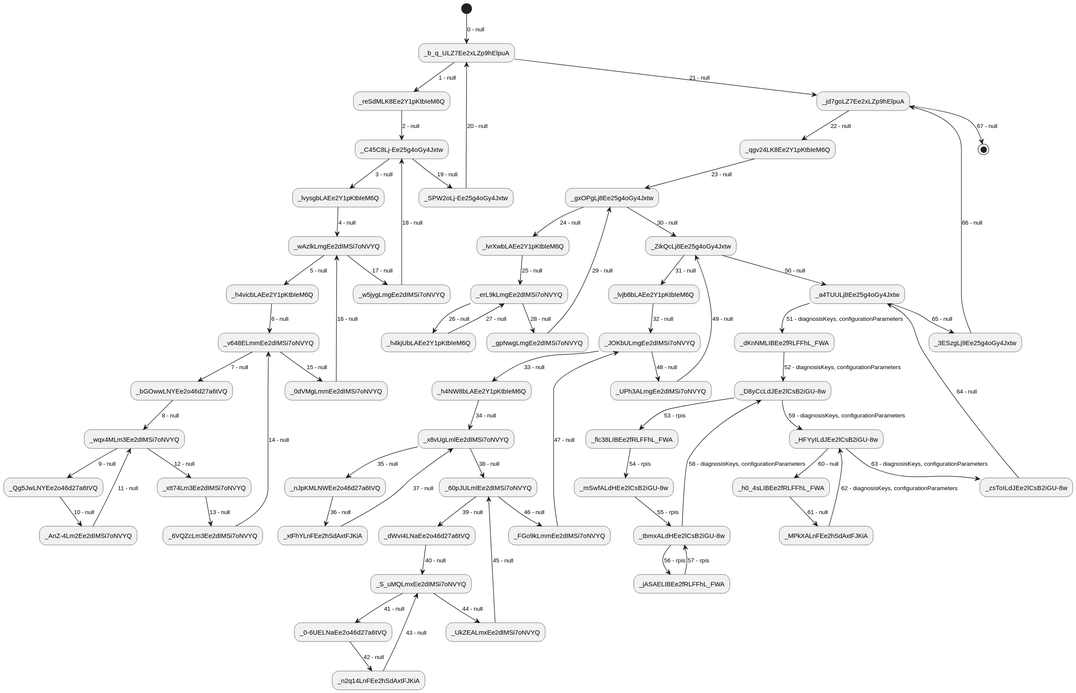
The PlantUML diagram output/action-sequence_6.svg in abunai-dev/DiagramGenerator, before a commit.
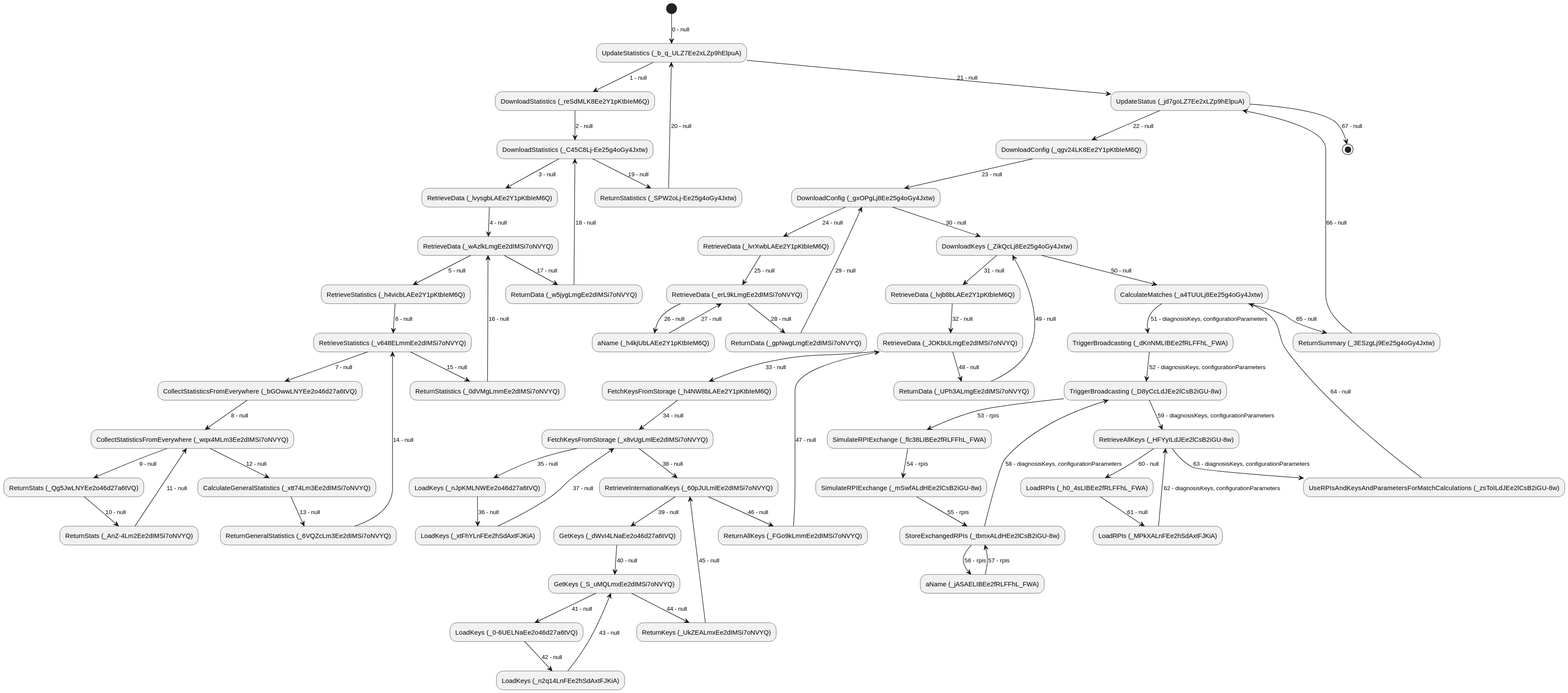
After the commit.

Diff of the diagram source:
```diff
@@ -1,70 +1,70 @@
 @startuml
-(*) --> [0 - null] "_b_q_ULZ7Ee2xLZp9hElpuA"
-"_b_q_ULZ7Ee2xLZp9hElpuA" --> [1 - null] "_reSdMLK8Ee2Y1pKtbIeM6Q"
-"_reSdMLK8Ee2Y1pKtbIeM6Q" --> [2 - null] "_C45C8Lj-Ee25g4oGy4Jxtw"
-"_C45C8Lj-Ee25g4oGy4Jxtw" --> [3 - null] "_lvysgbLAEe2Y1pKtbIeM6Q"
-"_lvysgbLAEe2Y1pKtbIeM6Q" --> [4 - null] "_wAzlkLmgEe2dIMSi7oNVYQ"
-"_wAzlkLmgEe2dIMSi7oNVYQ" --> [5 - null] "_h4vicbLAEe2Y1pKtbIeM6Q"
-"_h4vicbLAEe2Y1pKtbIeM6Q" --> [6 - null] "_v648ELmmEe2dIMSi7oNVYQ"
-"_v648ELmmEe2dIMSi7oNVYQ" --> [7 - null] "_bGOwwLNYEe2o46d27a6tVQ"
-"_bGOwwLNYEe2o46d27a6tVQ" --> [8 - null] "_wqx4MLm3Ee2dIMSi7oNVYQ"
-"_wqx4MLm3Ee2dIMSi7oNVYQ" --> [9 - null] "_Qg5JwLNYEe2o46d27a6tVQ"
-"_Qg5JwLNYEe2o46d27a6tVQ" --> [10 - null] "_AnZ-4Lm2Ee2dIMSi7oNVYQ"
-"_AnZ-4Lm2Ee2dIMSi7oNVYQ" --> [11 - null] "_wqx4MLm3Ee2dIMSi7oNVYQ"
-"_wqx4MLm3Ee2dIMSi7oNVYQ" --> [12 - null] "_xtt74Lm3Ee2dIMSi7oNVYQ"
-"_xtt74Lm3Ee2dIMSi7oNVYQ" --> [13 - null] "_6VQZcLm3Ee2dIMSi7oNVYQ"
-"_6VQZcLm3Ee2dIMSi7oNVYQ" --> [14 - null] "_v648ELmmEe2dIMSi7oNVYQ"
-"_v648ELmmEe2dIMSi7oNVYQ" --> [15 - null] "_0dVMgLmmEe2dIMSi7oNVYQ"
-"_0dVMgLmmEe2dIMSi7oNVYQ" --> [16 - null] "_wAzlkLmgEe2dIMSi7oNVYQ"
-"_wAzlkLmgEe2dIMSi7oNVYQ" --> [17 - null] "_w5jygLmgEe2dIMSi7oNVYQ"
-"_w5jygLmgEe2dIMSi7oNVYQ" --> [18 - null] "_C45C8Lj-Ee25g4oGy4Jxtw"
-"_C45C8Lj-Ee25g4oGy4Jxtw" --> [19 - null] "_SPW2oLj-Ee25g4oGy4Jxtw"
-"_SPW2oLj-Ee25g4oGy4Jxtw" --> [20 - null] "_b_q_ULZ7Ee2xLZp9hElpuA"
-"_b_q_ULZ7Ee2xLZp9hElpuA" --> [21 - null] "_jd7goLZ7Ee2xLZp9hElpuA"
-"_jd7goLZ7Ee2xLZp9hElpuA" --> [22 - null] "_qgv24LK8Ee2Y1pKtbIeM6Q"
-"_qgv24LK8Ee2Y1pKtbIeM6Q" --> [23 - null] "_gxOPgLj8Ee25g4oGy4Jxtw"
-"_gxOPgLj8Ee25g4oGy4Jxtw" --> [24 - null] "_lvrXwbLAEe2Y1pKtbIeM6Q"
-"_lvrXwbLAEe2Y1pKtbIeM6Q" --> [25 - null] "_erL9kLmgEe2dIMSi7oNVYQ"
-"_erL9kLmgEe2dIMSi7oNVYQ" --> [26 - null] "_h4kjUbLAEe2Y1pKtbIeM6Q"
-"_h4kjUbLAEe2Y1pKtbIeM6Q" --> [27 - null] "_erL9kLmgEe2dIMSi7oNVYQ"
-"_erL9kLmgEe2dIMSi7oNVYQ" --> [28 - null] "_gpNwgLmgEe2dIMSi7oNVYQ"
-"_gpNwgLmgEe2dIMSi7oNVYQ" --> [29 - null] "_gxOPgLj8Ee25g4oGy4Jxtw"
-"_gxOPgLj8Ee25g4oGy4Jxtw" --> [30 - null] "_ZikQcLj8Ee25g4oGy4Jxtw"
-"_ZikQcLj8Ee25g4oGy4Jxtw" --> [31 - null] "_lvjb8bLAEe2Y1pKtbIeM6Q"
-"_lvjb8bLAEe2Y1pKtbIeM6Q" --> [32 - null] "_JOKbULmgEe2dIMSi7oNVYQ"
-"_JOKbULmgEe2dIMSi7oNVYQ" --> [33 - null] "_h4NW8bLAEe2Y1pKtbIeM6Q"
-"_h4NW8bLAEe2Y1pKtbIeM6Q" --> [34 - null] "_x8vUgLmlEe2dIMSi7oNVYQ"
-"_x8vUgLmlEe2dIMSi7oNVYQ" --> [35 - null] "_nJpKMLNWEe2o46d27a6tVQ"
-"_nJpKMLNWEe2o46d27a6tVQ" --> [36 - null] "_xtFhYLnFEe2hSdAxtFJKiA"
-"_xtFhYLnFEe2hSdAxtFJKiA" --> [37 - null] "_x8vUgLmlEe2dIMSi7oNVYQ"
-"_x8vUgLmlEe2dIMSi7oNVYQ" --> [38 - null] "_60pJULmlEe2dIMSi7oNVYQ"
-"_60pJULmlEe2dIMSi7oNVYQ" --> [39 - null] "_dWvI4LNaEe2o46d27a6tVQ"
-"_dWvI4LNaEe2o46d27a6tVQ" --> [40 - null] "_S_uMQLmxEe2dIMSi7oNVYQ"
-"_S_uMQLmxEe2dIMSi7oNVYQ" --> [41 - null] "_0-6UELNaEe2o46d27a6tVQ"
-"_0-6UELNaEe2o46d27a6tVQ" --> [42 - null] "_n2q14LnFEe2hSdAxtFJKiA"
-"_n2q14LnFEe2hSdAxtFJKiA" --> [43 - null] "_S_uMQLmxEe2dIMSi7oNVYQ"
-"_S_uMQLmxEe2dIMSi7oNVYQ" --> [44 - null] "_UkZEALmxEe2dIMSi7oNVYQ"
-"_UkZEALmxEe2dIMSi7oNVYQ" --> [45 - null] "_60pJULmlEe2dIMSi7oNVYQ"
-"_60pJULmlEe2dIMSi7oNVYQ" --> [46 - null] "_FGo9kLmmEe2dIMSi7oNVYQ"
-"_FGo9kLmmEe2dIMSi7oNVYQ" --> [47 - null] "_JOKbULmgEe2dIMSi7oNVYQ"
-"_JOKbULmgEe2dIMSi7oNVYQ" --> [48 - null] "_UPh3ALmgEe2dIMSi7oNVYQ"
-"_UPh3ALmgEe2dIMSi7oNVYQ" --> [49 - null] "_ZikQcLj8Ee25g4oGy4Jxtw"
-"_ZikQcLj8Ee25g4oGy4Jxtw" --> [50 - null] "_a4TUULj8Ee25g4oGy4Jxtw"
-"_a4TUULj8Ee25g4oGy4Jxtw" --> [51 - diagnosisKeys, configurationParameters] "_dKnNMLIBEe2fRLFFhL_FWA"
-"_dKnNMLIBEe2fRLFFhL_FWA" --> [52 - diagnosisKeys, configurationParameters] "_D8yCcLdJEe2lCsB2iGU-8w"
-"_D8yCcLdJEe2lCsB2iGU-8w" --> [53 - rpis] "_flc38LIBEe2fRLFFhL_FWA"
-"_flc38LIBEe2fRLFFhL_FWA" --> [54 - rpis] "_mSwfALdHEe2lCsB2iGU-8w"
-"_mSwfALdHEe2lCsB2iGU-8w" --> [55 - rpis] "_tbmxALdHEe2lCsB2iGU-8w"
-"_tbmxALdHEe2lCsB2iGU-8w" --> [56 - rpis] "_jASAELIBEe2fRLFFhL_FWA"
-"_jASAELIBEe2fRLFFhL_FWA" --> [57 - rpis] "_tbmxALdHEe2lCsB2iGU-8w"
-"_tbmxALdHEe2lCsB2iGU-8w" --> [58 - diagnosisKeys, configurationParameters] "_D8yCcLdJEe2lCsB2iGU-8w"
-"_D8yCcLdJEe2lCsB2iGU-8w" --> [59 - diagnosisKeys, configurationParameters] "_HFYyILdJEe2lCsB2iGU-8w"
-"_HFYyILdJEe2lCsB2iGU-8w" --> [60 - null] "_h0_4sLIBEe2fRLFFhL_FWA"
-"_h0_4sLIBEe2fRLFFhL_FWA" --> [61 - null] "_MPkXALnFEe2hSdAxtFJKiA"
-"_MPkXALnFEe2hSdAxtFJKiA" --> [62 - diagnosisKeys, configurationParameters] "_HFYyILdJEe2lCsB2iGU-8w"
-"_HFYyILdJEe2lCsB2iGU-8w" --> [63 - diagnosisKeys, configurationParameters] "_zsToILdJEe2lCsB2iGU-8w"
-"_zsToILdJEe2lCsB2iGU-8w" --> [64 - null] "_a4TUULj8Ee25g4oGy4Jxtw"
-"_a4TUULj8Ee25g4oGy4Jxtw" --> [65 - null] "_3ESzgLj9Ee25g4oGy4Jxtw"
-"_3ESzgLj9Ee25g4oGy4Jxtw" --> [66 - null] "_jd7goLZ7Ee2xLZp9hElpuA"
-"_jd7goLZ7Ee2xLZp9hElpuA" --> [67 - null] (*)
+(*) --> [0 - null] "UpdateStatistics (_b_q_ULZ7Ee2xLZp9hElpuA)"
+"UpdateStatistics (_b_q_ULZ7Ee2xLZp9hElpuA)" --> [1 - null] "DownloadStatistics (_reSdMLK8Ee2Y1pKtbIeM6Q)"
+"DownloadStatistics (_reSdMLK8Ee2Y1pKtbIeM6Q)" --> [2 - null] "DownloadStatistics (_C45C8Lj-Ee25g4oGy4Jxtw)"
+"DownloadStatistics (_C45C8Lj-Ee25g4oGy4Jxtw)" --> [3 - null] "RetrieveData (_lvysgbLAEe2Y1pKtbIeM6Q)"
+"RetrieveData (_lvysgbLAEe2Y1pKtbIeM6Q)" --> [4 - null] "RetrieveData (_wAzlkLmgEe2dIMSi7oNVYQ)"
+"RetrieveData (_wAzlkLmgEe2dIMSi7oNVYQ)" --> [5 - null] "RetrieveStatistics (_h4vicbLAEe2Y1pKtbIeM6Q)"
+"RetrieveStatistics (_h4vicbLAEe2Y1pKtbIeM6Q)" --> [6 - null] "RetrieveStatistics (_v648ELmmEe2dIMSi7oNVYQ)"
+"RetrieveStatistics (_v648ELmmEe2dIMSi7oNVYQ)" --> [7 - null] "CollectStatisticsFromEverywhere (_bGOwwLNYEe2o46d27a6tVQ)"
+"CollectStatisticsFromEverywhere (_bGOwwLNYEe2o46d27a6tVQ)" --> [8 - null] "CollectStatisticsFromEverywhere (_wqx4MLm3Ee2dIMSi7oNVYQ)"
+"CollectStatisticsFromEverywhere (_wqx4MLm3Ee2dIMSi7oNVYQ)" --> [9 - null] "ReturnStats (_Qg5JwLNYEe2o46d27a6tVQ)"
+"ReturnStats (_Qg5JwLNYEe2o46d27a6tVQ)" --> [10 - null] "ReturnStats (_AnZ-4Lm2Ee2dIMSi7oNVYQ)"
+"ReturnStats (_AnZ-4Lm2Ee2dIMSi7oNVYQ)" --> [11 - null] "CollectStatisticsFromEverywhere (_wqx4MLm3Ee2dIMSi7oNVYQ)"
+"CollectStatisticsFromEverywhere (_wqx4MLm3Ee2dIMSi7oNVYQ)" --> [12 - null] "CalculateGeneralStatistics (_xtt74Lm3Ee2dIMSi7oNVYQ)"
+"CalculateGeneralStatistics (_xtt74Lm3Ee2dIMSi7oNVYQ)" --> [13 - null] "ReturnGeneralStatistics (_6VQZcLm3Ee2dIMSi7oNVYQ)"
+"ReturnGeneralStatistics (_6VQZcLm3Ee2dIMSi7oNVYQ)" --> [14 - null] "RetrieveStatistics (_v648ELmmEe2dIMSi7oNVYQ)"
+"RetrieveStatistics (_v648ELmmEe2dIMSi7oNVYQ)" --> [15 - null] "ReturnStatistics (_0dVMgLmmEe2dIMSi7oNVYQ)"
+"ReturnStatistics (_0dVMgLmmEe2dIMSi7oNVYQ)" --> [16 - null] "RetrieveData (_wAzlkLmgEe2dIMSi7oNVYQ)"
+"RetrieveData (_wAzlkLmgEe2dIMSi7oNVYQ)" --> [17 - null] "ReturnData (_w5jygLmgEe2dIMSi7oNVYQ)"
+"ReturnData (_w5jygLmgEe2dIMSi7oNVYQ)" --> [18 - null] "DownloadStatistics (_C45C8Lj-Ee25g4oGy4Jxtw)"
+"DownloadStatistics (_C45C8Lj-Ee25g4oGy4Jxtw)" --> [19 - null] "ReturnStatistics (_SPW2oLj-Ee25g4oGy4Jxtw)"
+"ReturnStatistics (_SPW2oLj-Ee25g4oGy4Jxtw)" --> [20 - null] "UpdateStatistics (_b_q_ULZ7Ee2xLZp9hElpuA)"
+"UpdateStatistics (_b_q_ULZ7Ee2xLZp9hElpuA)" --> [21 - null] "UpdateStatus (_jd7goLZ7Ee2xLZp9hElpuA)"
+"UpdateStatus (_jd7goLZ7Ee2xLZp9hElpuA)" --> [22 - null] "DownloadConfig (_qgv24LK8Ee2Y1pKtbIeM6Q)"
+"DownloadConfig (_qgv24LK8Ee2Y1pKtbIeM6Q)" --> [23 - null] "DownloadConfig (_gxOPgLj8Ee25g4oGy4Jxtw)"
+"DownloadConfig (_gxOPgLj8Ee25g4oGy4Jxtw)" --> [24 - null] "RetrieveData (_lvrXwbLAEe2Y1pKtbIeM6Q)"
+"RetrieveData (_lvrXwbLAEe2Y1pKtbIeM6Q)" --> [25 - null] "RetrieveData (_erL9kLmgEe2dIMSi7oNVYQ)"
+"RetrieveData (_erL9kLmgEe2dIMSi7oNVYQ)" --> [26 - null] "aName (_h4kjUbLAEe2Y1pKtbIeM6Q)"
+"aName (_h4kjUbLAEe2Y1pKtbIeM6Q)" --> [27 - null] "RetrieveData (_erL9kLmgEe2dIMSi7oNVYQ)"
+"RetrieveData (_erL9kLmgEe2dIMSi7oNVYQ)" --> [28 - null] "ReturnData (_gpNwgLmgEe2dIMSi7oNVYQ)"
+"ReturnData (_gpNwgLmgEe2dIMSi7oNVYQ)" --> [29 - null] "DownloadConfig (_gxOPgLj8Ee25g4oGy4Jxtw)"
+"DownloadConfig (_gxOPgLj8Ee25g4oGy4Jxtw)" --> [30 - null] "DownloadKeys (_ZikQcLj8Ee25g4oGy4Jxtw)"
+"DownloadKeys (_ZikQcLj8Ee25g4oGy4Jxtw)" --> [31 - null] "RetrieveData (_lvjb8bLAEe2Y1pKtbIeM6Q)"
+"RetrieveData (_lvjb8bLAEe2Y1pKtbIeM6Q)" --> [32 - null] "RetrieveData (_JOKbULmgEe2dIMSi7oNVYQ)"
+"RetrieveData (_JOKbULmgEe2dIMSi7oNVYQ)" --> [33 - null] "FetchKeysFromStorage (_h4NW8bLAEe2Y1pKtbIeM6Q)"
+"FetchKeysFromStorage (_h4NW8bLAEe2Y1pKtbIeM6Q)" --> [34 - null] "FetchKeysFromStorage (_x8vUgLmlEe2dIMSi7oNVYQ)"
+"FetchKeysFromStorage (_x8vUgLmlEe2dIMSi7oNVYQ)" --> [35 - null] "LoadKeys (_nJpKMLNWEe2o46d27a6tVQ)"
+"LoadKeys (_nJpKMLNWEe2o46d27a6tVQ)" --> [36 - null] "LoadKeys (_xtFhYLnFEe2hSdAxtFJKiA)"
+"LoadKeys (_xtFhYLnFEe2hSdAxtFJKiA)" --> [37 - null] "FetchKeysFromStorage (_x8vUgLmlEe2dIMSi7oNVYQ)"
+"FetchKeysFromStorage (_x8vUgLmlEe2dIMSi7oNVYQ)" --> [38 - null] "RetrieveInternationalKeys (_60pJULmlEe2dIMSi7oNVYQ)"
+"RetrieveInternationalKeys (_60pJULmlEe2dIMSi7oNVYQ)" --> [39 - null] "GetKeys (_dWvI4LNaEe2o46d27a6tVQ)"
+"GetKeys (_dWvI4LNaEe2o46d27a6tVQ)" --> [40 - null] "GetKeys (_S_uMQLmxEe2dIMSi7oNVYQ)"
+"GetKeys (_S_uMQLmxEe2dIMSi7oNVYQ)" --> [41 - null] "LoadKeys (_0-6UELNaEe2o46d27a6tVQ)"
+"LoadKeys (_0-6UELNaEe2o46d27a6tVQ)" --> [42 - null] "LoadKeys (_n2q14LnFEe2hSdAxtFJKiA)"
+"LoadKeys (_n2q14LnFEe2hSdAxtFJKiA)" --> [43 - null] "GetKeys (_S_uMQLmxEe2dIMSi7oNVYQ)"
+"GetKeys (_S_uMQLmxEe2dIMSi7oNVYQ)" --> [44 - null] "ReturnKeys (_UkZEALmxEe2dIMSi7oNVYQ)"
+"ReturnKeys (_UkZEALmxEe2dIMSi7oNVYQ)" --> [45 - null] "RetrieveInternationalKeys (_60pJULmlEe2dIMSi7oNVYQ)"
+"RetrieveInternationalKeys (_60pJULmlEe2dIMSi7oNVYQ)" --> [46 - null] "ReturnAllKeys (_FGo9kLmmEe2dIMSi7oNVYQ)"
+"ReturnAllKeys (_FGo9kLmmEe2dIMSi7oNVYQ)" --> [47 - null] "RetrieveData (_JOKbULmgEe2dIMSi7oNVYQ)"
+"RetrieveData (_JOKbULmgEe2dIMSi7oNVYQ)" --> [48 - null] "ReturnData (_UPh3ALmgEe2dIMSi7oNVYQ)"
+"ReturnData (_UPh3ALmgEe2dIMSi7oNVYQ)" --> [49 - null] "DownloadKeys (_ZikQcLj8Ee25g4oGy4Jxtw)"
+"DownloadKeys (_ZikQcLj8Ee25g4oGy4Jxtw)" --> [50 - null] "CalculateMatches (_a4TUULj8Ee25g4oGy4Jxtw)"
+"CalculateMatches (_a4TUULj8Ee25g4oGy4Jxtw)" --> [51 - diagnosisKeys, configurationParameters] "TriggerBroadcasting (_dKnNMLIBEe2fRLFFhL_FWA)"
+"TriggerBroadcasting (_dKnNMLIBEe2fRLFFhL_FWA)" --> [52 - diagnosisKeys, configurationParameters] "TriggerBroadcasting (_D8yCcLdJEe2lCsB2iGU-8w)"
+"TriggerBroadcasting (_D8yCcLdJEe2lCsB2iGU-8w)" --> [53 - rpis] "SimulateRPIExchange (_flc38LIBEe2fRLFFhL_FWA)"
+"SimulateRPIExchange (_flc38LIBEe2fRLFFhL_FWA)" --> [54 - rpis] "SimulateRPIExchange (_mSwfALdHEe2lCsB2iGU-8w)"
+"SimulateRPIExchange (_mSwfALdHEe2lCsB2iGU-8w)" --> [55 - rpis] "StoreExchangedRPIs (_tbmxALdHEe2lCsB2iGU-8w)"
+"StoreExchangedRPIs (_tbmxALdHEe2lCsB2iGU-8w)" --> [56 - rpis] "aName (_jASAELIBEe2fRLFFhL_FWA)"
+"aName (_jASAELIBEe2fRLFFhL_FWA)" --> [57 - rpis] "StoreExchangedRPIs (_tbmxALdHEe2lCsB2iGU-8w)"
+"StoreExchangedRPIs (_tbmxALdHEe2lCsB2iGU-8w)" --> [58 - diagnosisKeys, configurationParameters] "TriggerBroadcasting (_D8yCcLdJEe2lCsB2iGU-8w)"
+"TriggerBroadcasting (_D8yCcLdJEe2lCsB2iGU-8w)" --> [59 - diagnosisKeys, configurationParameters] "RetrieveAllKeys (_HFYyILdJEe2lCsB2iGU-8w)"
+"RetrieveAllKeys (_HFYyILdJEe2lCsB2iGU-8w)" --> [60 - null] "LoadRPIs (_h0_4sLIBEe2fRLFFhL_FWA)"
+"LoadRPIs (_h0_4sLIBEe2fRLFFhL_FWA)" --> [61 - null] "LoadRPIs (_MPkXALnFEe2hSdAxtFJKiA)"
+"LoadRPIs (_MPkXALnFEe2hSdAxtFJKiA)" --> [62 - diagnosisKeys, configurationParameters] "RetrieveAllKeys (_HFYyILdJEe2lCsB2iGU-8w)"
+"RetrieveAllKeys (_HFYyILdJEe2lCsB2iGU-8w)" --> [63 - diagnosisKeys, configurationParameters] "UseRPIsAndKeysAndParametersForMatchCalculations (_zsToILdJEe2lCsB2iGU-8w)"
+"UseRPIsAndKeysAndParametersForMatchCalculations (_zsToILdJEe2lCsB2iGU-8w)" --> [64 - null] "CalculateMatches (_a4TUULj8Ee25g4oGy4Jxtw)"
+"CalculateMatches (_a4TUULj8Ee25g4oGy4Jxtw)" --> [65 - null] "ReturnSummary (_3ESzgLj9Ee25g4oGy4Jxtw)"
+"ReturnSummary (_3ESzgLj9Ee25g4oGy4Jxtw)" --> [66 - null] "UpdateStatus (_jd7goLZ7Ee2xLZp9hElpuA)"
+"UpdateStatus (_jd7goLZ7Ee2xLZp9hElpuA)" --> [67 - null] (*)
 @enduml
```
